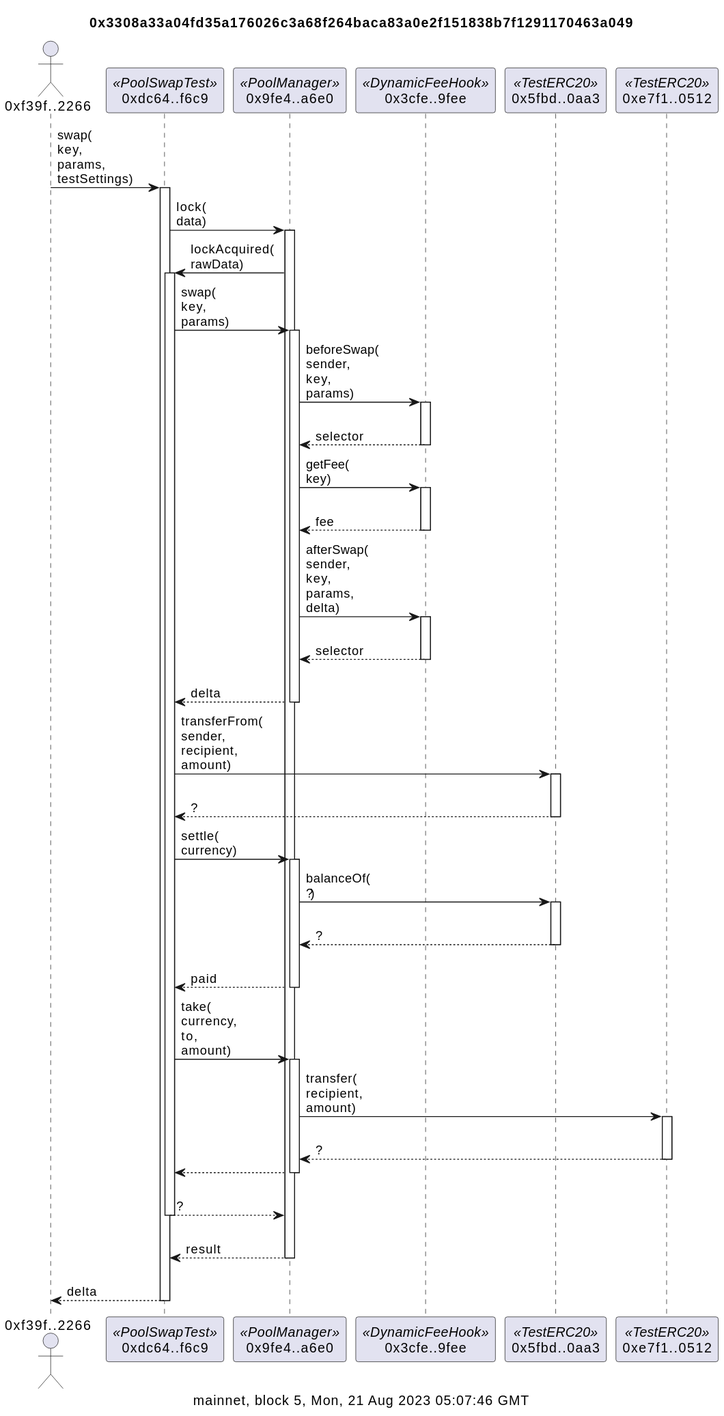
naddison36/uniswap-v4-hooks keeps this PlantUML diagram as docs/dynamicFeeSwapSummary.svg. Above is the earlier version.
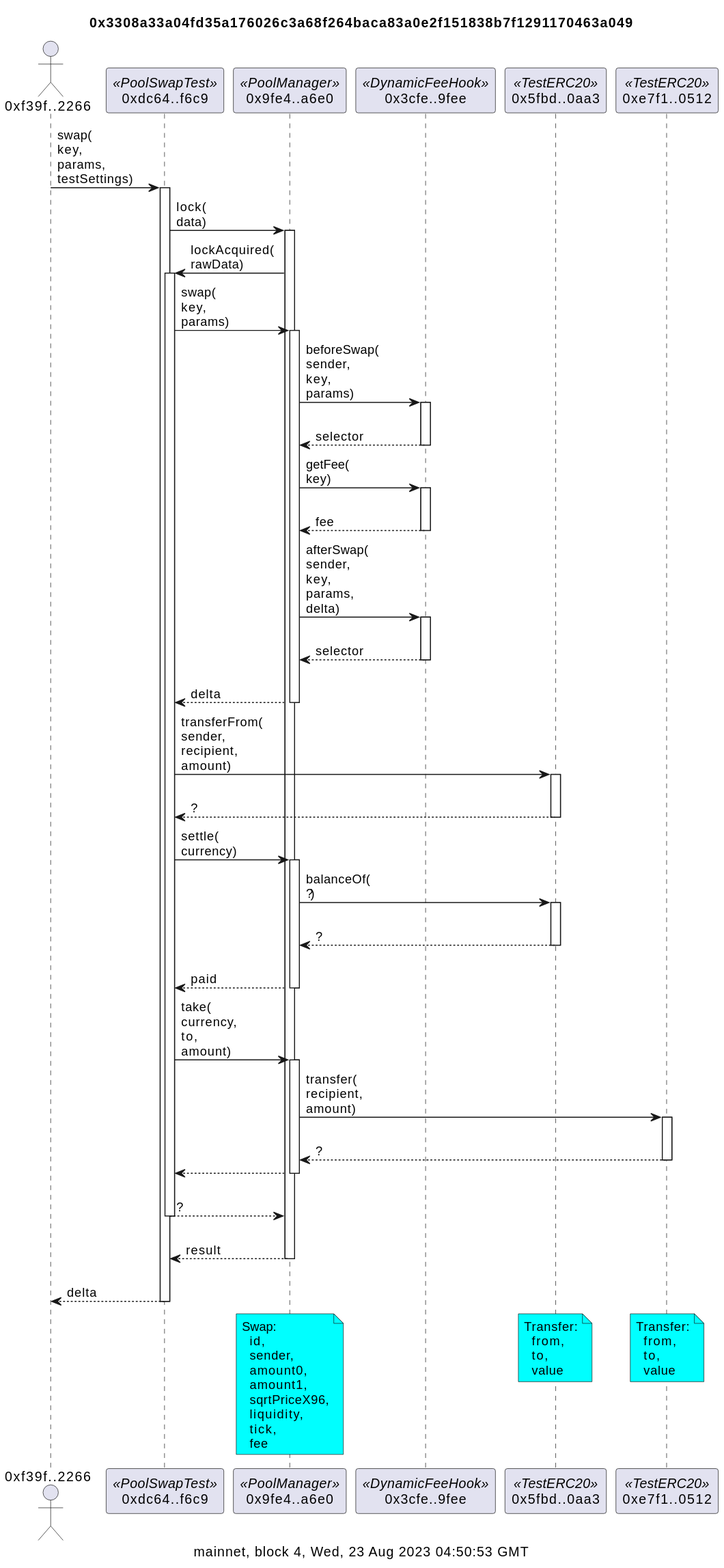
The same file after the commit.

The edit, as a diff of the source:
```diff
@@ -1,7 +1,7 @@
 @startuml
 title 0x3308a33a04fd35a176026c3a68f264baca83a0e2f151838b7f1291170463a049
 
-caption mainnet, block 5, Mon, 21 Aug 2023 05:07:46 GMT
+caption mainnet, block 4, Wed, 23 Aug 2023 04:50:53 GMT
 actor "0xf39f..2266" as f39f2266
 participant "0xdc64..f6c9" as dc64f6c9 <<PoolSwapTest>>
 participant "0x9fe4..a6e0" as 9fe4a6e0 <<PoolManager>>
@@ -45,4 +45,30 @@
 return\n?
 return\nresult
 return\ndelta
+
+note over 9fe4a6e0 #aqua
+Swap:
+  id,
+  sender,
+  amount0,
+  amount1,
+  sqrtPriceX96,
+  liquidity,
+  tick,
+  fee
+end note
+
+/ note over 5fbd0aa3 #aqua
+Transfer:
+  from,
+  to,
+  value
+end note
+
+/ note over e7f10512 #aqua
+Transfer:
+  from,
+  to,
+  value
+end note
 @enduml
```
